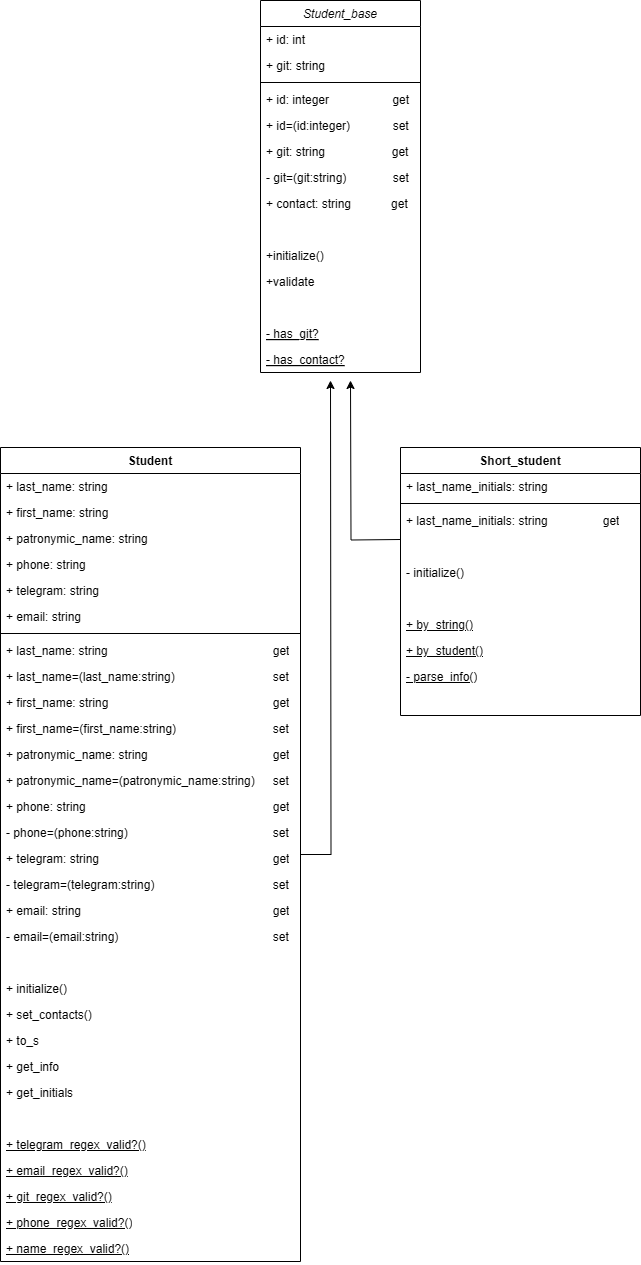
Before: Students/UML_student.png, a diagram exported from draw.io (Deathlimit/Design-Patterns). Source tidied: cells renumbered, new cells last; positions are measured from the earlier drawing's top-left corner, leaving out a move shared by most shapes.
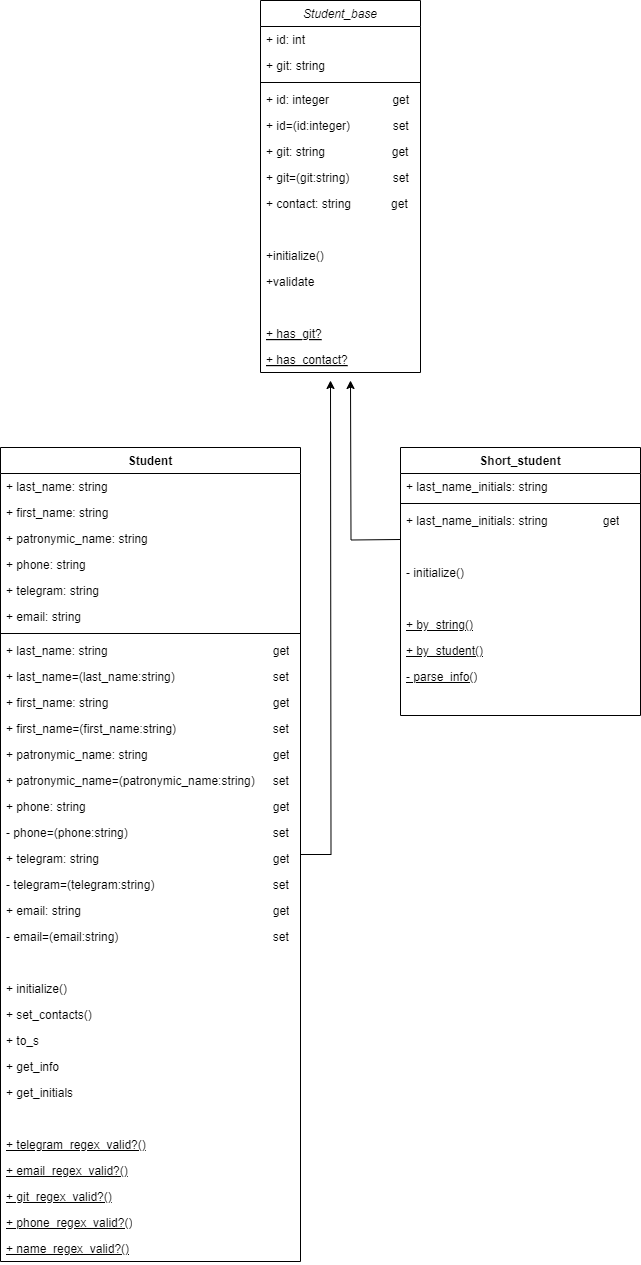
The same diagram one commit later.

Commit message:
(lab2) fixed UML diagram

The edit, as a diff of the source:
```diff
@@ -152,7 +152,7 @@
     <mxCell id="51" value="+ git: string                    get&#10;" style="text;align=left;verticalAlign=top;spacingLeft=4;spacingRight=4;overflow=hidden;" parent="45" vertex="1">
       <mxGeometry y="138" width="160" height="26" as="geometry" />
     </mxCell>
-    <mxCell id="52" value="- git=(git:string)&lt;span style=&quot;white-space: pre;&quot;&gt;&#9;&amp;nbsp;&lt;/span&gt;&amp;nbsp; &amp;nbsp; &amp;nbsp;set" style="text;strokeColor=none;fillColor=none;align=left;verticalAlign=top;spacingLeft=4;spacingRight=4;overflow=hidden;whiteSpace=wrap;html=1;" parent="45" vertex="1">
+    <mxCell id="52" value="+ git=(git:string)&lt;span style=&quot;white-space: pre;&quot;&gt;&#9;&amp;nbsp;&lt;/span&gt;&amp;nbsp; &amp;nbsp; &amp;nbsp;set" style="text;strokeColor=none;fillColor=none;align=left;verticalAlign=top;spacingLeft=4;spacingRight=4;overflow=hidden;whiteSpace=wrap;html=1;" parent="45" vertex="1">
       <mxGeometry y="164" width="160" height="26" as="geometry" />
     </mxCell>
     <mxCell id="53" value="+ contact: string            get" style="text;align=left;verticalAlign=top;spacingLeft=4;spacingRight=4;overflow=hidden;" parent="45" vertex="1">
@@ -170,10 +170,10 @@
     <mxCell id="57" style="text;align=left;verticalAlign=top;spacingLeft=4;spacingRight=4;overflow=hidden;" parent="45" vertex="1">
       <mxGeometry y="294" width="160" height="26" as="geometry" />
     </mxCell>
-    <mxCell id="58" value="- has_git?" style="text;align=left;verticalAlign=top;spacingLeft=4;spacingRight=4;overflow=hidden;fontStyle=4;" parent="45" vertex="1">
+    <mxCell id="58" value="+ has_git?" style="text;align=left;verticalAlign=top;spacingLeft=4;spacingRight=4;overflow=hidden;fontStyle=4;" parent="45" vertex="1">
       <mxGeometry y="320" width="160" height="26" as="geometry" />
     </mxCell>
-    <mxCell id="59" value="- has_contact?" style="text;align=left;verticalAlign=top;spacingLeft=4;spacingRight=4;overflow=hidden;fontStyle=4;" parent="45" vertex="1">
+    <mxCell id="59" value="+ has_contact?" style="text;align=left;verticalAlign=top;spacingLeft=4;spacingRight=4;overflow=hidden;fontStyle=4;" parent="45" vertex="1">
       <mxGeometry y="346" width="160" height="26" as="geometry" />
     </mxCell>
     <mxCell id="60" style="edgeStyle=orthogonalEdgeStyle;rounded=0;jettySize=auto;html=1;" parent="1" edge="1" source="2">
```
